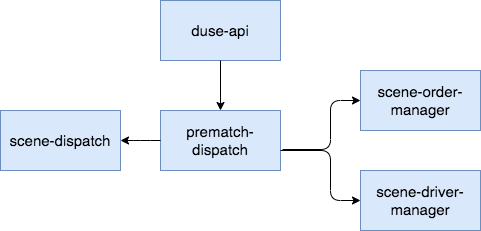
Earlier version of the draw.io export Untitled Diagram.png (NIGHTFIGHTING/wiser). Source tidied: cells renumbered, new cells last; positions are measured from the earlier drawing's top-left corner, leaving out a move shared by most shapes.
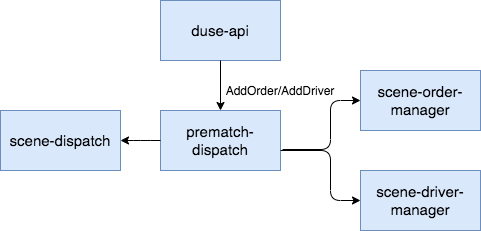
After the change.

What changed in the source:
```diff
@@ -39,5 +39,8 @@
     <mxCell id="10" style="endArrow=classic;html=1;entryX=0.5;entryY=0;entryDx=0;entryDy=0;" parent="1" edge="1" source="9" target="2">
       <mxGeometry relative="1" as="geometry" />
     </mxCell>
+    <mxCell id="11" value="AddOrder/AddDriver" style="text;html=1;strokeColor=none;fillColor=none;align=center;verticalAlign=middle;whiteSpace=wrap;rounded=0;" parent="1" vertex="1">
+      <mxGeometry x="260" y="80" width="40" height="20" as="geometry" />
+    </mxCell>
   </root>
 </mxGraphModel>
```
